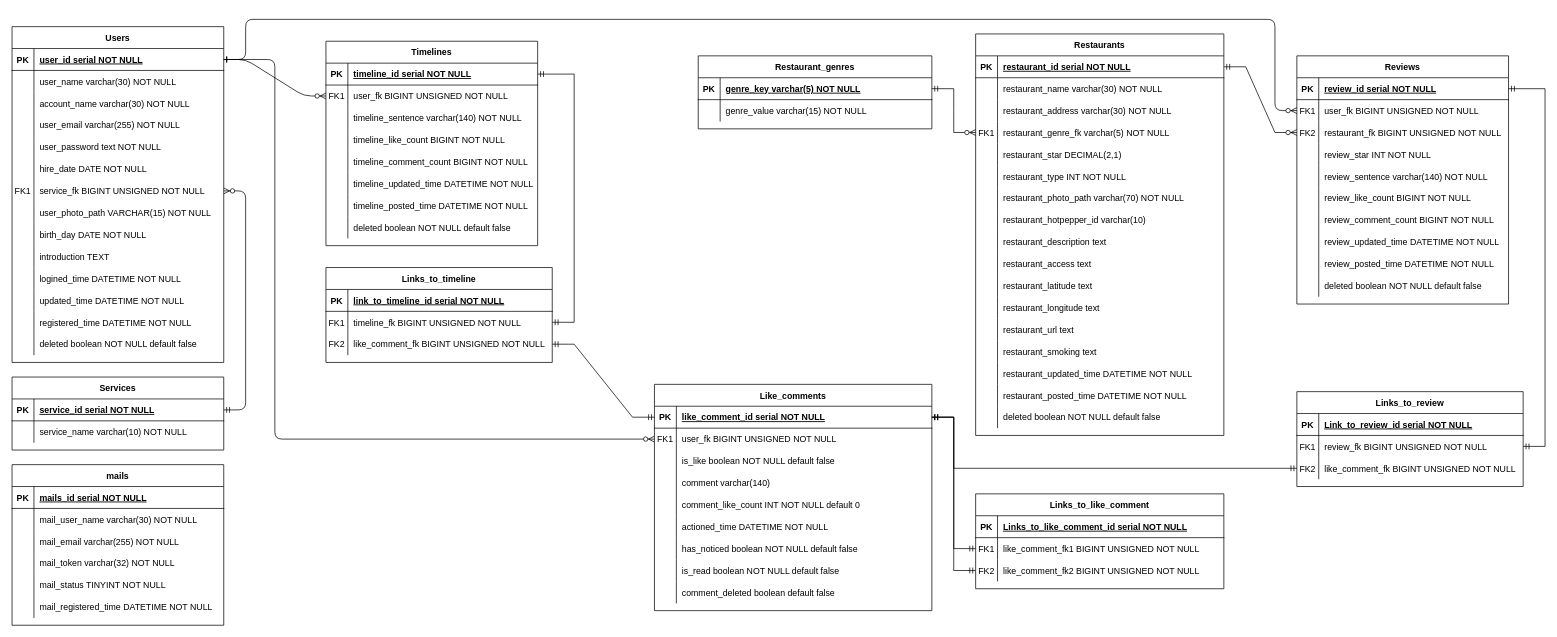
This is document/データベースER図.drawio from jumpei-kurata/SNS-API-BATCH, a draw.io file, before an edit. Source tidied: cells renumbered, new cells numbered last; positions are measured from the earlier drawing's top-left corner, leaving out a move shared by most shapes. Both pictures are drawn from the tidied source at 73%, with x=0, y=0 at pixel (12, 19).
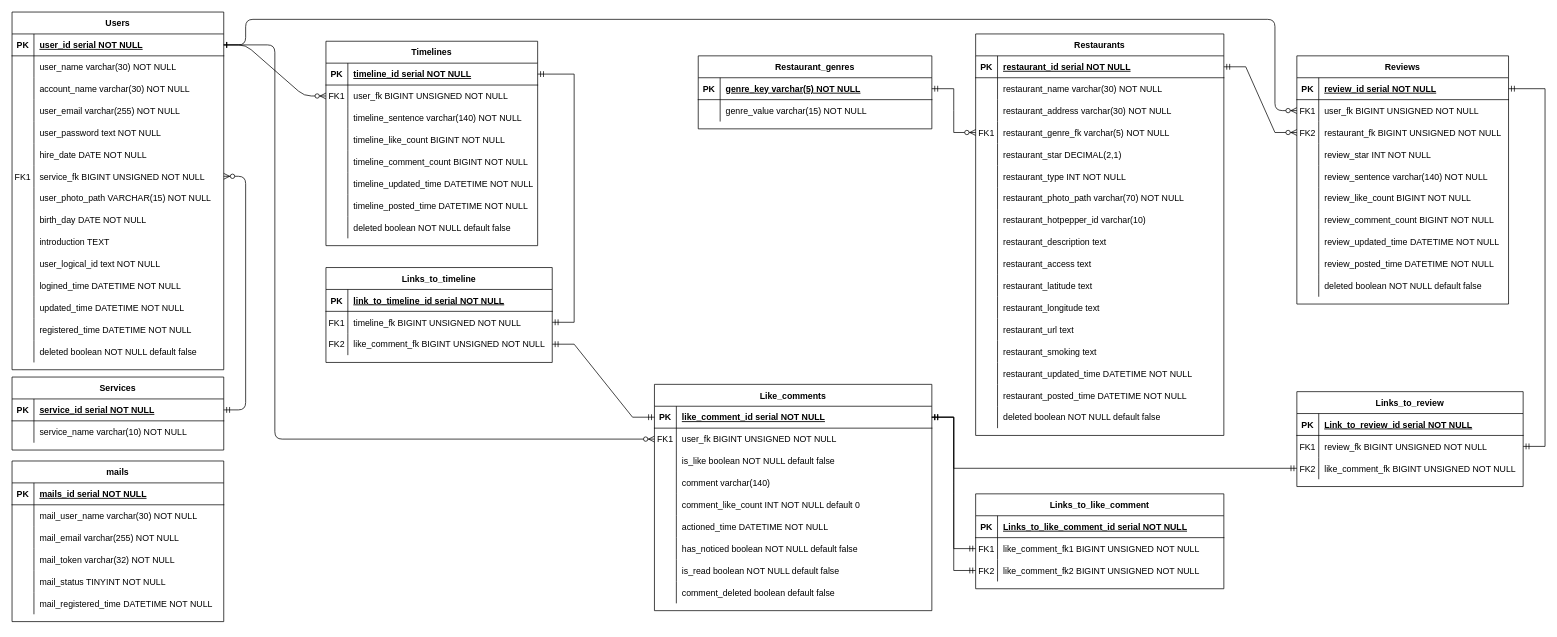
The same page after the edit.

Commit message:
ER図にlogicalIdを反映していなかったので反映しました。

The change refers to these unchanged cells:
```xml
<mxCell id="29" style="shape=partialRectangle;fillColor=none;points=[[0,0.5],[1,0.5]];portConstraint=eastwest;top=0;left=0;right=0;bottom=1;" parent="28" vertex="1">
  <mxGeometry y="30" width="290" height="30" as="geometry" />
</mxCell>
<mxCell id="176" style="shape=partialRectangle;fillColor=none;points=[[0,0.5],[1,0.5]];portConstraint=eastwest;top=0;left=0;right=0;bottom=0;" parent="172" vertex="1">
  <mxGeometry y="60" width="290" height="30" as="geometry" />
</mxCell>
```

Change to the diagram source:
```diff
@@
     <mxCell id="28" value="Users" style="shape=table;startSize=30;childLayout=tableLayout;rowLines=0;fontStyle=1;align=center;" parent="1" vertex="1">
-      <mxGeometry y="10" width="290" height="460" as="geometry" />
+      <mxGeometry y="-10" width="290" height="490" as="geometry" />
     </mxCell>
@@
+    <mxCell id="257" style="shape=partialRectangle;fillColor=none;top=0;left=0;right=0;bottom=0;" parent="28" vertex="1">
+      <mxGeometry y="330" width="290" height="30" as="geometry" />
+    </mxCell>
+    <mxCell id="258" style="shape=partialRectangle;overflow=hidden;fillColor=none;top=0;left=0;bottom=0;right=0;" parent="257" vertex="1">
+      <mxGeometry width="30" height="30" as="geometry" />
+    </mxCell>
+    <mxCell id="259" value="user_logical_id text NOT NULL " style="shape=partialRectangle;overflow=hidden;fillColor=none;top=0;left=0;bottom=0;right=0;align=left;spacingLeft=6;" parent="257" vertex="1">
+      <mxGeometry x="30" width="260" height="30" as="geometry" />
+    </mxCell>
     <mxCell id="59" style="shape=partialRectangle;fillColor=none;top=0;left=0;right=0;bottom=0;" parent="28" vertex="1">
-      <mxGeometry y="330" width="290" height="30" as="geometry" />
+      <mxGeometry y="360" width="290" height="30" as="geometry" />
     </mxCell>
@@
     <mxCell id="62" style="shape=partialRectangle;fillColor=none;top=0;left=0;right=0;bottom=0;" parent="28" vertex="1">
-      <mxGeometry y="360" width="290" height="30" as="geometry" />
+      <mxGeometry y="390" width="290" height="30" as="geometry" />
     </mxCell>
@@
     <mxCell id="65" style="shape=partialRectangle;fillColor=none;top=0;left=0;right=0;bottom=0;" parent="28" vertex="1">
-      <mxGeometry y="390" width="290" height="30" as="geometry" />
+      <mxGeometry y="420" width="290" height="30" as="geometry" />
     </mxCell>
@@
     <mxCell id="68" style="shape=partialRectangle;fillColor=none;top=0;left=0;right=0;bottom=0;" parent="28" vertex="1">
-      <mxGeometry y="420" width="290" height="30" as="geometry" />
+      <mxGeometry y="450" width="290" height="30" as="geometry" />
     </mxCell>
@@
     <mxCell id="237" style="edgeStyle=orthogonalEdgeStyle;endArrow=ERzeroToMany;startArrow=ERone;endFill=1;startFill=0;" parent="1" edge="1" source="29" target="176">
       <mxGeometry relative="1" as="geometry">
         <Array as="points">
-          <mxPoint x="320" y="55" />
+          <mxPoint x="320" y="35" />
           <mxPoint x="320" />
           <mxPoint x="1730" />
           <mxPoint x="1730" y="125" />
         </Array>
       </mxGeometry>
     </mxCell>
     <mxCell id="238" value="mails" style="shape=table;startSize=30;childLayout=tableLayout;rowLines=0;fontStyle=1;align=center;" parent="1" vertex="1">
-      <mxGeometry y="610" width="290" height="220" as="geometry" />
+      <mxGeometry y="605" width="290" height="220" as="geometry" />
     </mxCell>
```
